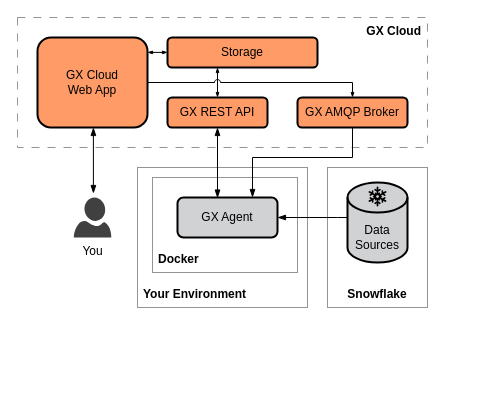
Above: page "deployment-snowflake" (2 of 4) of docs/docusaurus/docs/cloud/architecture_deployment_images/gx_cloud_architecture_and_deployment_diagrams.drawio in great-expectations/great_expectations (draw.io), before the change. Source tidied: cells renumbered, new cells numbered last; positions are measured from the earlier drawing's top-left corner, leaving out a move shared by most shapes. Both pictures are drawn from the tidied source at 100%, with x=0, y=0 at pixel (17, 17).
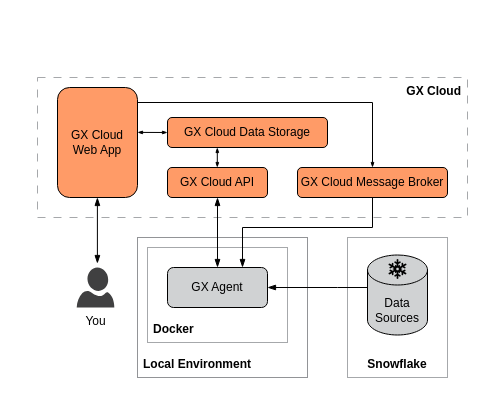
After the change.

Diff of the diagram source:
```diff
@@
-    <mxCell id="2" style="rounded=0;whiteSpace=wrap;html=1;strokeColor=#929497;fillColor=none;perimeterSpacing=0;" parent="1" vertex="1">
-      <mxGeometry x="310" y="150" width="100" height="140" as="geometry" />
-    </mxCell>
-    <mxCell id="3" style="rounded=0;whiteSpace=wrap;html=1;strokeColor=#929497;fillColor=none;perimeterSpacing=0;" parent="1" vertex="1">
-      <mxGeometry x="120" y="150" width="170" height="140" as="geometry" />
+    <mxCell id="3" style="rounded=0;whiteSpace=wrap;html=1;strokeColor=#929497;fillColor=none;perimeterSpacing=0;strokeWidth=1;" parent="1" vertex="1">
+      <mxGeometry x="120" y="220" width="170" height="140" as="geometry" />
     </mxCell>
-    <mxCell id="4" style="rounded=0;whiteSpace=wrap;html=1;strokeColor=#929497;fillColor=none;perimeterSpacing=0;" parent="1" vertex="1">
-      <mxGeometry x="135" y="160" width="145" height="95" as="geometry" />
+    <mxCell id="4" style="rounded=0;whiteSpace=wrap;html=1;strokeColor=#A6A8AB;fillColor=none;perimeterSpacing=0;" parent="1" vertex="1">
+      <mxGeometry x="130" y="230" width="140" height="95" as="geometry" />
     </mxCell>
-    <mxCell id="5" style="rounded=0;whiteSpace=wrap;html=1;strokeColor=#929497;fillColor=none;dashed=1;dashPattern=8 8;" parent="1" vertex="1">
-      <mxGeometry width="410" height="130" as="geometry" />
-    </mxCell>
-    <mxCell id="6" value="GX Cloud&lt;br&gt;Web App" style="rounded=1;whiteSpace=wrap;html=1;strokeWidth=2;fillColor=#FF9B67;" parent="1" vertex="1">
-      <mxGeometry x="20" y="20" width="110" height="90" as="geometry" />
-    </mxCell>
-    <mxCell id="7" value="&lt;b&gt;GX Cloud&lt;/b&gt;" style="text;html=1;strokeColor=none;fillColor=none;align=right;verticalAlign=top;whiteSpace=wrap;rounded=0;spacing=0;spacingLeft=6;spacingTop=2;spacingRight=6;" parent="1" vertex="1">
-      <mxGeometry x="340" width="70" height="30" as="geometry" />
-    </mxCell>
+    <mxCell id="26" style="rounded=0;whiteSpace=wrap;html=1;strokeColor=#A6A8AB;fillColor=none;dashed=1;dashPattern=8 8;" parent="1" vertex="1">
+      <mxGeometry x="20" y="60" width="430" height="140" as="geometry" />
+    </mxCell>
+    <mxCell id="2" style="rounded=0;whiteSpace=wrap;html=1;strokeColor=#A6A8AB;fillColor=none;perimeterSpacing=0;" parent="1" vertex="1">
+      <mxGeometry x="330" y="220" width="100" height="140" as="geometry" />
+    </mxCell>
-    <mxCell id="8" value="&lt;b&gt;Your Environment&lt;/b&gt;" style="text;html=1;strokeColor=none;fillColor=none;align=left;verticalAlign=bottom;whiteSpace=wrap;rounded=0;spacing=0;spacingTop=2;spacingLeft=6;spacingRight=6;spacingBottom=6;" parent="1" vertex="1">
-      <mxGeometry x="120" y="260" width="120" height="30" as="geometry" />
+    <mxCell id="8" value="&lt;b&gt;Local Environment&lt;/b&gt;" style="text;html=1;strokeColor=none;fillColor=none;align=left;verticalAlign=bottom;whiteSpace=wrap;rounded=0;spacing=0;spacingTop=2;spacingLeft=6;spacingRight=6;spacingBottom=6;" parent="1" vertex="1">
+      <mxGeometry x="120" y="330" width="120" height="30" as="geometry" />
     </mxCell>
-    <mxCell id="9" value="Storage" style="rounded=1;whiteSpace=wrap;html=1;strokeWidth=2;fillColor=#FF9B67;" parent="1" vertex="1">
-      <mxGeometry x="150" y="20" width="150" height="30" as="geometry" />
-    </mxCell>
-    <mxCell id="10" value="GX REST API" style="rounded=1;whiteSpace=wrap;html=1;strokeWidth=2;fillColor=#FF9B67;" parent="1" vertex="1">
-      <mxGeometry x="150" y="80" width="100" height="30" as="geometry" />
-    </mxCell>
-    <mxCell id="11" style="shape=cylinder3;whiteSpace=wrap;html=1;boundedLbl=1;backgroundOutline=1;size=15;strokeWidth=2;fillColor=#D0D2D3;" parent="1" vertex="1">
-      <mxGeometry x="330" y="165" width="60" height="80" as="geometry" />
+    <mxCell id="11" style="shape=cylinder3;whiteSpace=wrap;html=1;boundedLbl=1;backgroundOutline=1;size=15;strokeWidth=1;fillColor=#D0D2D3;" parent="1" vertex="1">
+      <mxGeometry x="350" y="237.5" width="60" height="80" as="geometry" />
     </mxCell>
     <mxCell id="12" value="Data Sources" style="text;html=1;strokeColor=none;fillColor=none;align=center;verticalAlign=middle;whiteSpace=wrap;rounded=0;" parent="1" vertex="1">
-      <mxGeometry x="330" y="205" width="60" height="30" as="geometry" />
+      <mxGeometry x="350" y="277.5" width="60" height="30" as="geometry" />
     </mxCell>
     <mxCell id="13" style="endArrow=blockThin;startArrow=none;html=1;rounded=0;startFill=0;entryX=1;entryY=0.5;entryDx=0;entryDy=0;edgeStyle=orthogonalEdgeStyle;endFill=1;exitX=0;exitY=0.5;exitDx=0;exitDy=0;exitPerimeter=0;" parent="1" edge="1" source="11" target="22">
       <mxGeometry relative="1" as="geometry">
         <Array as="points">
-          <mxPoint x="320" y="200" />
-          <mxPoint x="320" y="200" />
+          <mxPoint x="320" y="270" />
+          <mxPoint x="320" y="270" />
         </Array>
       </mxGeometry>
     </mxCell>
-    <mxCell id="14" value="GX AMQP Broker" style="rounded=1;whiteSpace=wrap;html=1;strokeWidth=2;fillColor=#FF9B67;" parent="1" vertex="1">
-      <mxGeometry x="280" y="80" width="110" height="30" as="geometry" />
-    </mxCell>
     <mxCell id="15" style="endArrow=blockThin;startArrow=blockThin;html=1;rounded=0;entryX=0.5;entryY=1;entryDx=0;entryDy=0;startFill=1;endFill=1;" parent="1" edge="1">
       <mxGeometry relative="1" as="geometry">
-        <mxPoint x="75.9" y="176" as="sourcePoint" />
-        <mxPoint x="75.9" y="110" as="targetPoint" />
+        <mxPoint x="79.9" y="246" as="sourcePoint" />
+        <mxPoint x="79.9" y="180" as="targetPoint" />
       </mxGeometry>
     </mxCell>
-    <mxCell id="16" style="endArrow=blockThin;startArrow=blockThin;html=1;rounded=0;entryX=0.5;entryY=1;entryDx=0;entryDy=0;startFill=1;endFill=1;exitX=0.4;exitY=0.013;exitDx=0;exitDy=0;exitPerimeter=0;" parent="1" edge="1" source="22" target="10">
-      <mxGeometry relative="1" as="geometry" />
+    <mxCell id="16" style="endArrow=blockThin;startArrow=blockThin;html=1;rounded=0;entryX=0.5;entryY=1;entryDx=0;entryDy=0;startFill=1;endFill=1;exitX=0.5;exitY=0;exitDx=0;exitDy=0;" parent="1" edge="1" source="22">
+      <mxGeometry relative="1" as="geometry">
+        <mxPoint x="200" y="180" as="targetPoint" />
+      </mxGeometry>
     </mxCell>
-    <mxCell id="17" style="endArrow=none;startArrow=blockThin;html=1;rounded=0;startFill=1;endFill=0;exitX=0.75;exitY=0;exitDx=0;exitDy=0;edgeStyle=orthogonalEdgeStyle;entryX=0.5;entryY=1;entryDx=0;entryDy=0;" parent="1" edge="1" source="22" target="14">
+    <mxCell id="17" style="endArrow=none;startArrow=blockThin;html=1;rounded=0;startFill=1;endFill=0;exitX=0.75;exitY=0;exitDx=0;exitDy=0;edgeStyle=orthogonalEdgeStyle;entryX=0.5;entryY=1;entryDx=0;entryDy=0;" parent="1" edge="1" source="22" target="29">
       <mxGeometry relative="1" as="geometry">
         <Array as="points">
-          <mxPoint x="235" y="140" />
-          <mxPoint x="335" y="140" />
+          <mxPoint x="225" y="210" />
+          <mxPoint x="355" y="210" />
         </Array>
       </mxGeometry>
     </mxCell>
-    <mxCell id="18" style="endArrow=blockThin;html=1;rounded=0;startArrow=blockThin;startFill=1;endFill=1;endSize=3;startSize=3;" parent="1" edge="1">
-      <mxGeometry relative="1" as="geometry">
-        <mxPoint x="130" y="34.9" as="sourcePoint" />
-        <mxPoint x="150" y="34.9" as="targetPoint" />
-      </mxGeometry>
-    </mxCell>
-    <mxCell id="19" style="endArrow=blockThin;html=1;rounded=0;startArrow=blockThin;startFill=1;endFill=1;endSize=3;startSize=3;entryX=0.5;entryY=0;entryDx=0;entryDy=0;" parent="1" edge="1" target="10">
-      <mxGeometry relative="1" as="geometry">
-        <mxPoint x="200" y="50" as="sourcePoint" />
-      </mxGeometry>
-    </mxCell>
-    <mxCell id="20" style="endArrow=blockThin;html=1;rounded=0;edgeStyle=orthogonalEdgeStyle;endFill=1;endSize=3;entryX=0.5;entryY=0;entryDx=0;entryDy=0;exitX=1;exitY=0.5;exitDx=0;exitDy=0;jumpStyle=arc;jumpSize=6;" parent="1" edge="1" source="6" target="14">
-      <mxGeometry relative="1" as="geometry" />
-    </mxCell>
     <mxCell id="21" value="&lt;b&gt;Docker&lt;/b&gt;" style="text;html=1;strokeColor=none;fillColor=none;align=left;verticalAlign=bottom;whiteSpace=wrap;rounded=0;spacing=0;spacingTop=2;spacingLeft=6;spacingRight=6;spacingBottom=6;" parent="1" vertex="1">
-      <mxGeometry x="135" y="225" width="60" height="30" as="geometry" />
+      <mxGeometry x="130" y="295" width="60" height="30" as="geometry" />
     </mxCell>
-    <mxCell id="22" value="GX Agent" style="rounded=1;whiteSpace=wrap;html=1;glass=0;strokeWidth=2;fillColor=#D0D2D3;" parent="1" vertex="1">
-      <mxGeometry x="160" y="180" width="100" height="40" as="geometry" />
+    <mxCell id="22" value="GX Agent" style="rounded=1;whiteSpace=wrap;html=1;glass=0;strokeWidth=1;fillColor=#D0D2D3;" parent="1" vertex="1">
+      <mxGeometry x="150" y="250" width="100" height="40" as="geometry" />
     </mxCell>
     <mxCell id="23" style="shape=mxgraph.signs.nature.snowflake;html=1;fillColor=#000000;strokeColor=none;verticalLabelPosition=bottom;verticalAlign=top;align=center;" parent="1" vertex="1">
-      <mxGeometry x="351.1" y="169" width="17.8" height="20" as="geometry" />
+      <mxGeometry x="371.1" y="241.5" width="17.8" height="20" as="geometry" />
     </mxCell>
     <mxCell id="24" value="&lt;b&gt;Snowflake&lt;/b&gt;" style="text;html=1;strokeColor=none;fillColor=none;align=center;verticalAlign=bottom;whiteSpace=wrap;rounded=0;spacing=0;spacingTop=2;spacingLeft=6;spacingRight=6;spacingBottom=6;" parent="1" vertex="1">
-      <mxGeometry x="310" y="260" width="100" height="30" as="geometry" />
+      <mxGeometry x="330" y="330" width="100" height="30" as="geometry" />
     </mxCell>
     <mxCell id="25" value="You" style="sketch=0;shadow=0;dashed=0;html=1;strokeColor=none;labelPosition=center;verticalLabelPosition=bottom;verticalAlign=top;align=center;fillColor=#404041;shape=mxgraph.azure.user;" parent="1" vertex="1">
-      <mxGeometry x="56.2" y="180" width="37.6" height="40" as="geometry" />
+      <mxGeometry x="59.2" y="250" width="37.6" height="40" as="geometry" />
     </mxCell>
+    <mxCell id="6" value="GX Cloud&lt;br&gt;Web App" style="rounded=1;whiteSpace=wrap;html=1;strokeWidth=1;fillColor=#FF9B67;" parent="1" vertex="1">
+      <mxGeometry x="40" y="70" width="80" height="110" as="geometry" />
+    </mxCell>
+    <mxCell id="7" value="&lt;b&gt;GX Cloud&lt;/b&gt;" style="text;html=1;strokeColor=none;fillColor=none;align=right;verticalAlign=top;whiteSpace=wrap;rounded=0;spacing=0;spacingLeft=6;spacingTop=2;spacingRight=6;" parent="1" vertex="1">
+      <mxGeometry x="380" y="60" width="70" height="30" as="geometry" />
+    </mxCell>
+    <mxCell id="27" value="GX Cloud Data Storage" style="rounded=1;whiteSpace=wrap;html=1;strokeWidth=1;fillColor=#FF9B67;" parent="1" vertex="1">
+      <mxGeometry x="150" y="100" width="160" height="30" as="geometry" />
+    </mxCell>
+    <mxCell id="28" value="GX Cloud API" style="rounded=1;whiteSpace=wrap;html=1;strokeWidth=1;fillColor=#FF9B67;" parent="1" vertex="1">
+      <mxGeometry x="150" y="150" width="100" height="30" as="geometry" />
+    </mxCell>
+    <mxCell id="29" value="GX Cloud Message Broker" style="rounded=1;whiteSpace=wrap;html=1;strokeWidth=1;fillColor=#FF9B67;" parent="1" vertex="1">
+      <mxGeometry x="280" y="150" width="150" height="30" as="geometry" />
+    </mxCell>
+    <mxCell id="30" style="endArrow=blockThin;html=1;rounded=0;startArrow=blockThin;startFill=1;endFill=1;endSize=3;startSize=3;entryX=0;entryY=0.5;entryDx=0;entryDy=0;" parent="1" edge="1" target="27">
+      <mxGeometry relative="1" as="geometry">
+        <mxPoint x="120" y="114.9" as="sourcePoint" />
+      </mxGeometry>
+    </mxCell>
+    <mxCell id="31" style="endArrow=blockThin;html=1;rounded=0;edgeStyle=orthogonalEdgeStyle;endFill=1;endSize=3;jumpStyle=arc;jumpSize=6;exitX=1;exitY=0.25;exitDx=0;exitDy=0;entryX=0.5;entryY=0;entryDx=0;entryDy=0;" parent="1" edge="1" source="6" target="29">
+      <mxGeometry relative="1" as="geometry">
+        <Array as="points">
+          <mxPoint x="120" y="85" />
+          <mxPoint x="355" y="85" />
+        </Array>
+      </mxGeometry>
+    </mxCell>
+    <mxCell id="32" style="endArrow=blockThin;startArrow=blockThin;html=1;rounded=0;startFill=1;endFill=1;endSize=3;startSize=3;" parent="1" edge="1">
+      <mxGeometry relative="1" as="geometry">
+        <mxPoint x="199.8" y="150" as="sourcePoint" />
+        <mxPoint x="199.8" y="130" as="targetPoint" />
+      </mxGeometry>
+    </mxCell>
```
